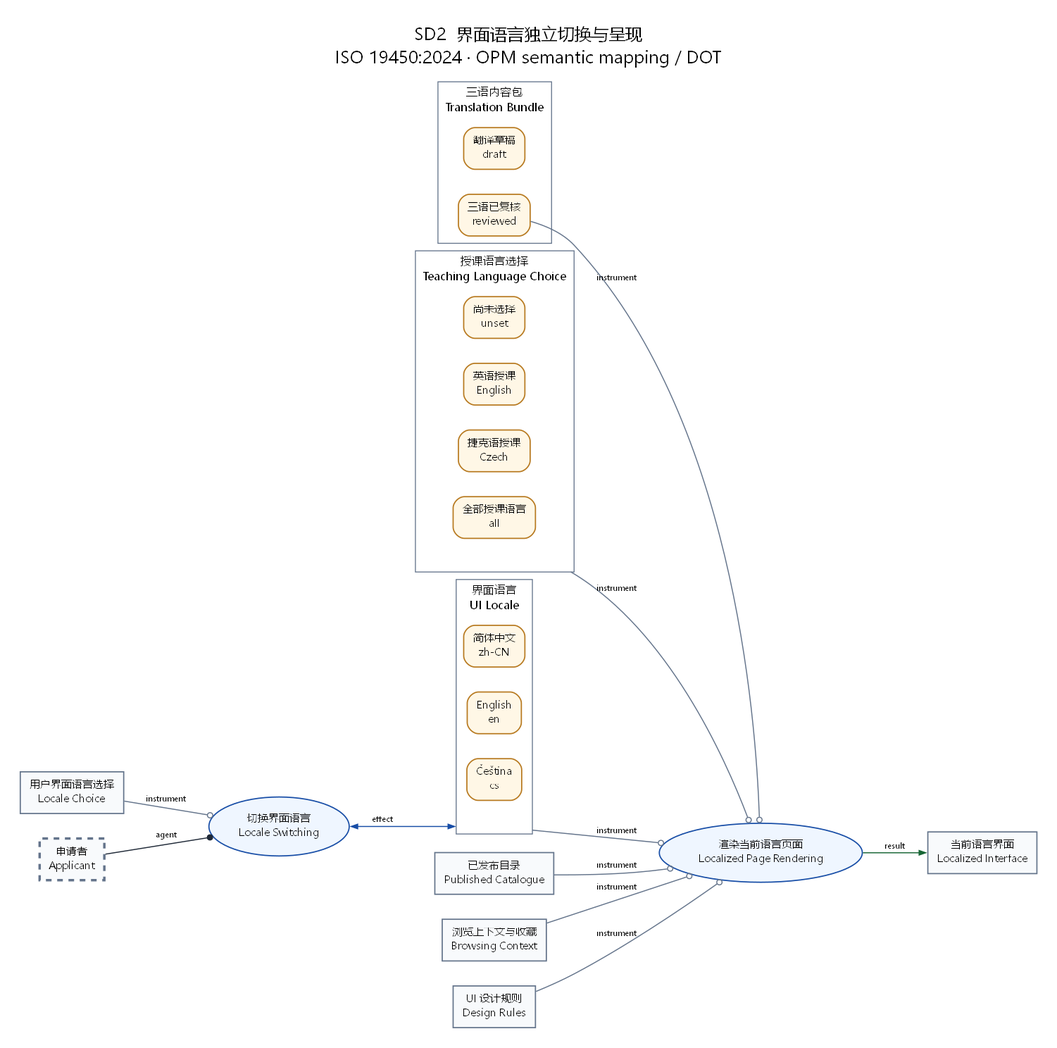
Above: opm/SD2.png in witold-andelie/Czech-Uni-Application (Graphviz), before the change. Its source is kept beside it as opm/SD2.dot. The source it was exported from:
```dot
digraph SD2 {
  graph [rankdir="LR", compound="true", bgcolor="#FFFFFF", pad="0.3", nodesep="0.38", ranksep="0.65", splines="spline", fontname="Microsoft YaHei", fontsize="18", labelloc="t", label="SD2  界面语言独立切换与呈现\nISO 19450:2024 · OPM semantic mapping / DOT"];
  node [fontname="Microsoft YaHei", fontsize="11", margin="0.14,0.10", penwidth="1.3"];
  edge [fontname="Segoe UI", fontsize="9", arrowsize="0.7", penwidth="1.1"];
  subgraph cluster_bundle {
    graph [label="三语内容包\nTranslation Bundle", color="#64748B", style="solid", fontsize="12", opm_kind="object", opm_id="bundle"];
    reviewed [label="三语已复核\nreviewed", shape="box", style="rounded,filled", fillcolor="#FFF7E6", color="#B7791F", opm_kind="state", opm_owner="bundle"];
    translated [label="翻译草稿\ndraft", shape="box", style="rounded,filled", fillcolor="#FFF7E6", color="#B7791F", opm_kind="state", opm_owner="bundle"];
  }
  subgraph cluster_language {
    graph [label="授课语言选择\nTeaching Language Choice", color="#64748B", style="solid", fontsize="12", opm_kind="object", opm_id="language"];
    language [label="", shape="point", width="0.01", style="invis", opm_kind="object", opm_anchor="true"];
    alllang [label="全部授课语言\nall", shape="box", style="rounded,filled", fillcolor="#FFF7E6", color="#B7791F", opm_kind="state", opm_owner="language"];
    czech [label="捷克语授课\nCzech", shape="box", style="rounded,filled", fillcolor="#FFF7E6", color="#B7791F", opm_kind="state", opm_owner="language"];
    english [label="英语授课\nEnglish", shape="box", style="rounded,filled", fillcolor="#FFF7E6", color="#B7791F", opm_kind="state", opm_owner="language"];
    unset [label="尚未选择\nunset", shape="box", style="rounded,filled", fillcolor="#FFF7E6", color="#B7791F", opm_kind="state", opm_owner="language"];
  }
  subgraph cluster_locale {
    graph [label="界面语言\nUI Locale", color="#64748B", style="solid", fontsize="12", opm_kind="object", opm_id="locale"];
    locale [label="", shape="point", width="0.01", style="invis", opm_kind="object", opm_anchor="true"];
    csui [label="Čeština\ncs", shape="box", style="rounded,filled", fillcolor="#FFF7E6", color="#B7791F", opm_kind="state", opm_owner="locale"];
    enui [label="English\nen", shape="box", style="rounded,filled", fillcolor="#FFF7E6", color="#B7791F", opm_kind="state", opm_owner="locale"];
    zh [label="简体中文\nzh-CN", shape="box", style="rounded,filled", fillcolor="#FFF7E6", color="#B7791F", opm_kind="state", opm_owner="locale"];
  }
  catalog [label="已发布目录\nPublished Catalogue", shape="box", style="filled", fillcolor="#F8FAFC", color="#64748B", opm_kind="object"];
  context [label="浏览上下文与收藏\nBrowsing Context", shape="box", style="filled", fillcolor="#F8FAFC", color="#64748B", opm_kind="object"];
  intent [label="用户界面语言选择\nLocale Choice", shape="box", style="filled", fillcolor="#F8FAFC", color="#64748B", opm_kind="object"];
  present [label="渲染当前语言页面\nLocalized Page Rendering", shape="ellipse", style="filled", fillcolor="#EFF6FF", color="#174DA6", opm_kind="process"];
  screen [label="当前语言界面\nLocalized Interface", shape="box", style="filled", fillcolor="#F8FAFC", color="#64748B", opm_kind="object"];
  switch [label="切换界面语言\nLocale Switching", shape="ellipse", style="filled", fillcolor="#EFF6FF", color="#174DA6", opm_kind="process"];
  tokens [label="UI 设计规则\nDesign Rules", shape="box", style="filled", fillcolor="#F8FAFC", color="#64748B", opm_kind="object"];
  user [label="申请者\nApplicant", shape="box", style="dashed,filled", fillcolor="#F8FAFC", color="#64748B", opm_kind="object", penwidth="2.6"];
  user -> switch [arrowhead="dot", color="#1F2937", label="agent", opm_relation="agent"];
  intent -> switch [arrowhead="odot", color="#64748B", label="instrument", opm_relation="instrument"];
  switch -> locale [dir="both", arrowhead="normal", arrowtail="normal", color="#174DA6", label="effect", opm_relation="effect", lhead="cluster_locale"];
  locale -> present [arrowhead="odot", color="#64748B", label="instrument", opm_relation="instrument", ltail="cluster_locale"];
  context -> present [arrowhead="odot", color="#64748B", label="instrument", opm_relation="instrument"];
  language -> present [arrowhead="odot", color="#64748B", label="instrument", opm_relation="instrument", ltail="cluster_language"];
  reviewed -> present [arrowhead="odot", color="#64748B", label="instrument", opm_relation="instrument"];
  tokens -> present [arrowhead="odot", color="#64748B", label="instrument", opm_relation="instrument"];
  catalog -> present [arrowhead="odot", color="#64748B", label="instrument", opm_relation="instrument"];
  present -> screen [arrowhead="normal", color="#166534", label="result", opm_relation="result"];
}
```
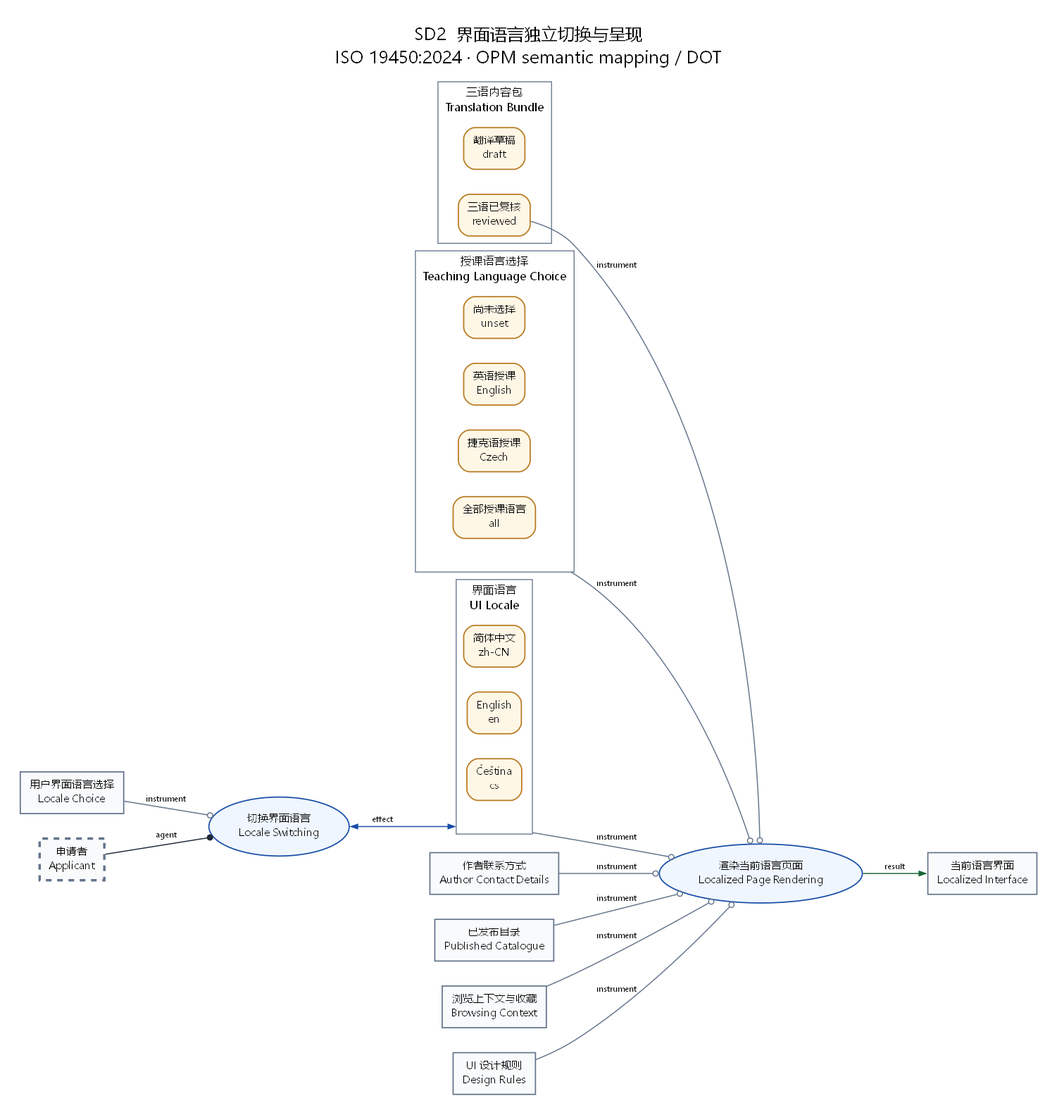
Above is the later version.

The edit, as a diff of the source:
```diff
@@ -22,6 +22,7 @@
     enui [label="English\nen", shape="box", style="rounded,filled", fillcolor="#FFF7E6", color="#B7791F", opm_kind="state", opm_owner="locale"];
     zh [label="简体中文\nzh-CN", shape="box", style="rounded,filled", fillcolor="#FFF7E6", color="#B7791F", opm_kind="state", opm_owner="locale"];
   }
+  authorcontact [label="作者联系方式\nAuthor Contact Details", shape="box", style="filled", fillcolor="#F8FAFC", color="#64748B", opm_kind="object"];
   catalog [label="已发布目录\nPublished Catalogue", shape="box", style="filled", fillcolor="#F8FAFC", color="#64748B", opm_kind="object"];
   context [label="浏览上下文与收藏\nBrowsing Context", shape="box", style="filled", fillcolor="#F8FAFC", color="#64748B", opm_kind="object"];
   intent [label="用户界面语言选择\nLocale Choice", shape="box", style="filled", fillcolor="#F8FAFC", color="#64748B", opm_kind="object"];
@@ -40,4 +41,5 @@
   tokens -> present [arrowhead="odot", color="#64748B", label="instrument", opm_relation="instrument"];
   catalog -> present [arrowhead="odot", color="#64748B", label="instrument", opm_relation="instrument"];
   present -> screen [arrowhead="normal", color="#166534", label="result", opm_relation="result"];
+  authorcontact -> present [arrowhead="odot", color="#64748B", label="instrument", opm_relation="instrument"];
 }
```
